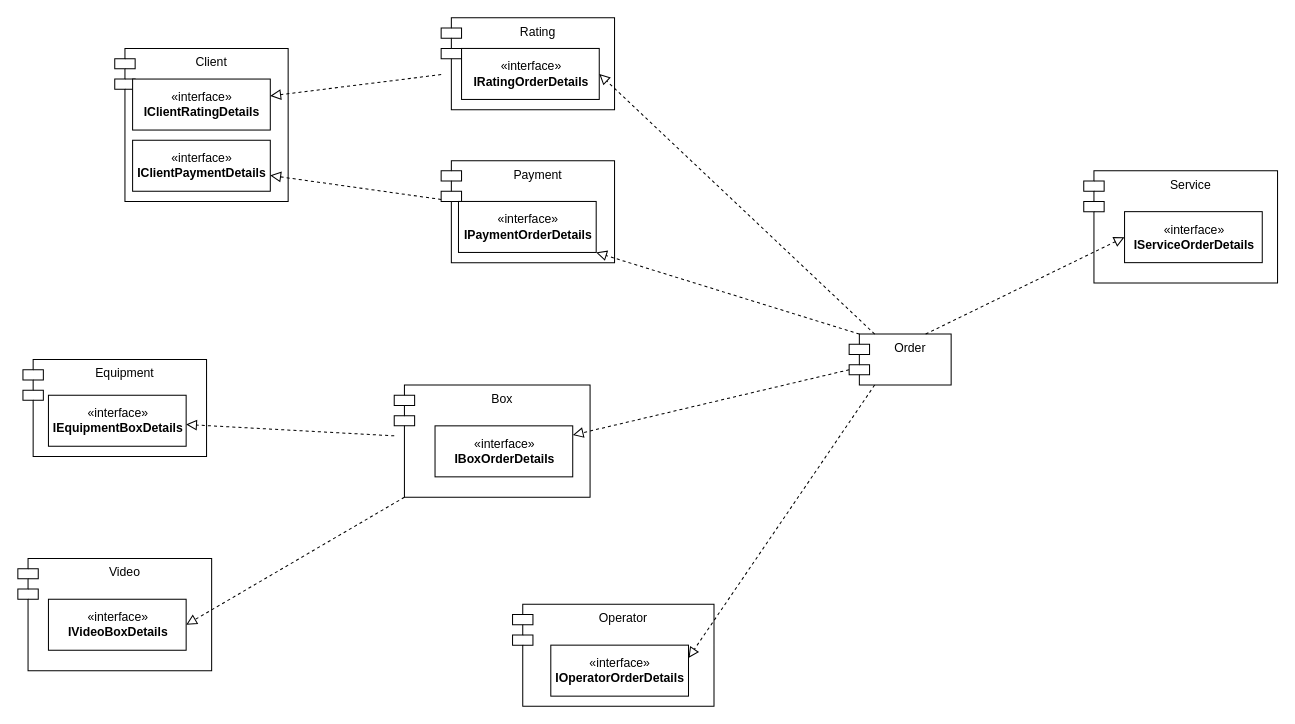
Before: page "Page-5" (5 of 5) of Diagram_1.drawio in vitaliyepikhin/Automated-Car-Wash, a draw.io diagram. Source tidied: cells renumbered, new cells numbered last; positions are measured from the earlier drawing's top-left corner, leaving out a move shared by most shapes. Both pictures are drawn from the tidied source at 102%, with x=0, y=0 at pixel (17, 17).
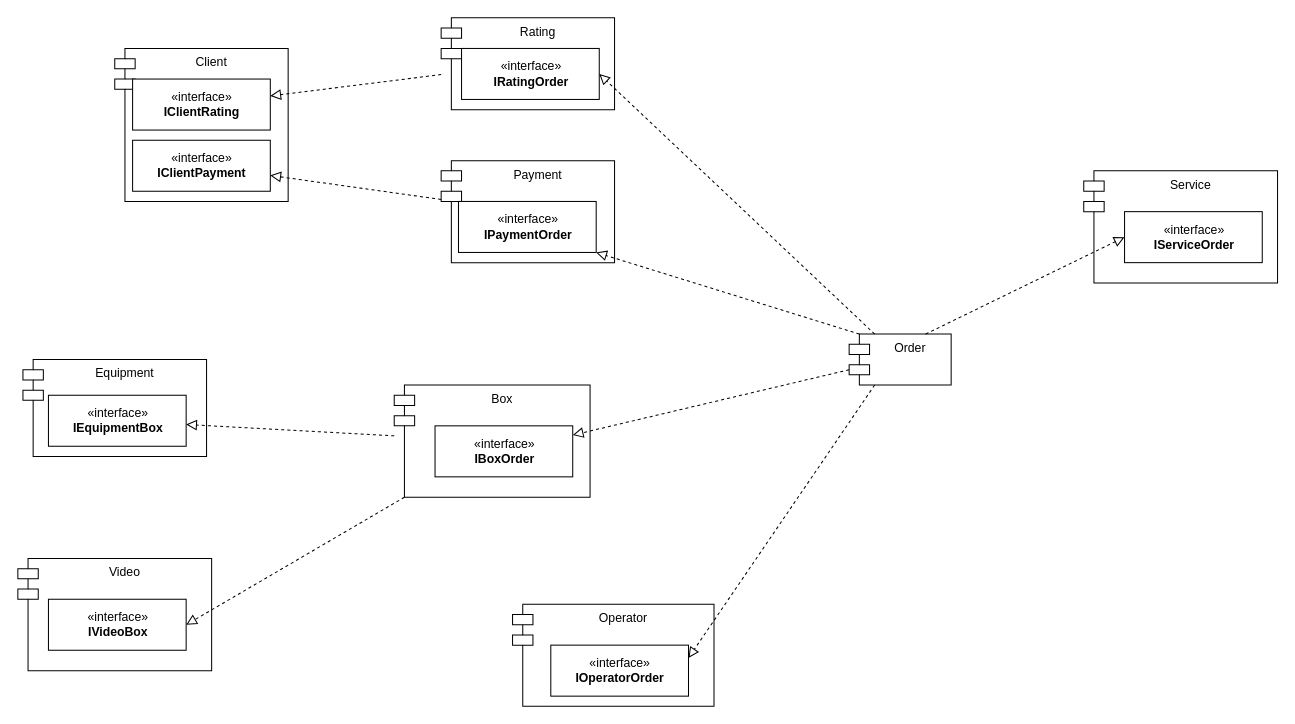
The same diagram, later.

Diff of the diagram source:
```diff
@@
-    <mxCell id="14" value="«interface»&lt;br&gt;&lt;span style=&quot;font-weight: 700&quot;&gt;IClientRatingDetails&lt;/span&gt;" style="html=1;" parent="1" vertex="1">
+    <mxCell id="14" value="«interface»&lt;br&gt;&lt;span style=&quot;font-weight: 700&quot;&gt;IClientRating&lt;/span&gt;" style="html=1;" parent="1" vertex="1">
       <mxGeometry x="112.5" y="60" width="135" height="50" as="geometry" />
     </mxCell>
-    <mxCell id="15" value="«interface»&lt;br&gt;&lt;span style=&quot;font-weight: 700&quot;&gt;IClientPaymentDetails&lt;/span&gt;" style="html=1;" parent="1" vertex="1">
+    <mxCell id="15" value="«interface»&lt;br&gt;&lt;span style=&quot;font-weight: 700&quot;&gt;IClientPayment&lt;/span&gt;" style="html=1;" parent="1" vertex="1">
       <mxGeometry x="112.5" y="120" width="135" height="50" as="geometry" />
     </mxCell>
-    <mxCell id="16" value="«interface»&lt;br&gt;&lt;span style=&quot;font-weight: 700&quot;&gt;IEquipmentBoxDetails&lt;/span&gt;" style="html=1;" parent="1" vertex="1">
+    <mxCell id="16" value="«interface»&lt;br&gt;&lt;span style=&quot;font-weight: 700&quot;&gt;IEquipmentBox&lt;/span&gt;" style="html=1;" parent="1" vertex="1">
       <mxGeometry x="30" y="370" width="135" height="50" as="geometry" />
     </mxCell>
@@
-    <mxCell id="18" value="«interface»&lt;br&gt;&lt;span style=&quot;font-weight: 700&quot;&gt;IRatingOrderDetails&lt;/span&gt;" style="html=1;" parent="1" vertex="1">
+    <mxCell id="18" value="«interface»&lt;br&gt;&lt;span style=&quot;font-weight: 700&quot;&gt;IRatingOrder&lt;/span&gt;" style="html=1;" parent="1" vertex="1">
       <mxGeometry x="435" y="30" width="135" height="50" as="geometry" />
     </mxCell>
@@
-    <mxCell id="20" value="«interface»&lt;br&gt;&lt;span style=&quot;font-weight: 700&quot;&gt;IServiceOrderDetails&lt;/span&gt;" style="html=1;" parent="1" vertex="1">
+    <mxCell id="20" value="«interface»&lt;br&gt;&lt;span style=&quot;font-weight: 700&quot;&gt;IServiceOrder&lt;/span&gt;" style="html=1;" parent="1" vertex="1">
       <mxGeometry x="1085" y="190" width="135" height="50" as="geometry" />
     </mxCell>
-    <mxCell id="21" value="«interface»&lt;br&gt;&lt;span style=&quot;font-weight: 700&quot;&gt;IOperatorOrderDetails&lt;/span&gt;" style="html=1;" parent="1" vertex="1">
+    <mxCell id="21" value="«interface»&lt;br&gt;&lt;span style=&quot;font-weight: 700&quot;&gt;IOperatorOrder&lt;/span&gt;" style="html=1;" parent="1" vertex="1">
       <mxGeometry x="522.5" y="615" width="135" height="50" as="geometry" />
     </mxCell>
-    <mxCell id="22" value="«interface»&lt;br&gt;&lt;span style=&quot;font-weight: 700&quot;&gt;IVideoBoxDetails&lt;/span&gt;" style="html=1;" parent="1" vertex="1">
+    <mxCell id="22" value="«interface»&lt;br&gt;&lt;span style=&quot;font-weight: 700&quot;&gt;IVideoBox&lt;/span&gt;" style="html=1;" parent="1" vertex="1">
       <mxGeometry x="30" y="570" width="135" height="50" as="geometry" />
     </mxCell>
-    <mxCell id="23" value="«interface»&lt;br&gt;&lt;span style=&quot;font-weight: 700&quot;&gt;IBoxOrderDetails&lt;/span&gt;" style="html=1;" parent="1" vertex="1">
+    <mxCell id="23" value="«interface»&lt;br&gt;&lt;span style=&quot;font-weight: 700&quot;&gt;IBoxOrder&lt;/span&gt;" style="html=1;" parent="1" vertex="1">
       <mxGeometry x="409" y="400" width="135" height="50" as="geometry" />
     </mxCell>
@@
-    <mxCell id="27" value="«interface»&lt;br&gt;&lt;span style=&quot;font-weight: 700&quot;&gt;IPaymentOrderDetails&lt;/span&gt;" style="html=1;" parent="1" vertex="1">
+    <mxCell id="27" value="«interface»&lt;br&gt;&lt;span style=&quot;font-weight: 700&quot;&gt;IPaymentOrder&lt;/span&gt;" style="html=1;" parent="1" vertex="1">
       <mxGeometry x="432" y="180" width="135" height="50" as="geometry" />
     </mxCell>
```
